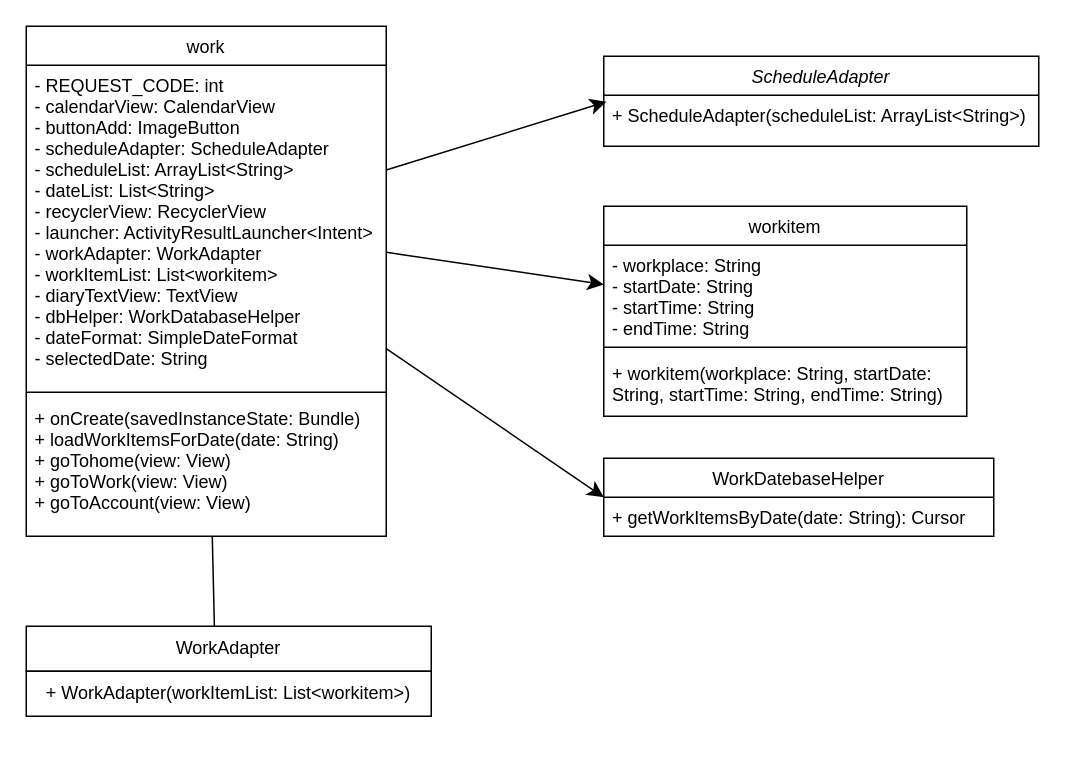
This is Calendar_work.drawio from Learnercotae/Baekjoon_coding_practice, a draw.io file, before an edit. Source tidied: cells renumbered, new cells numbered last; positions are measured from the earlier drawing's top-left corner, leaving out a move shared by most shapes. Both pictures are drawn from the tidied source at 150%, with x=0, y=0 at pixel (26, 26).
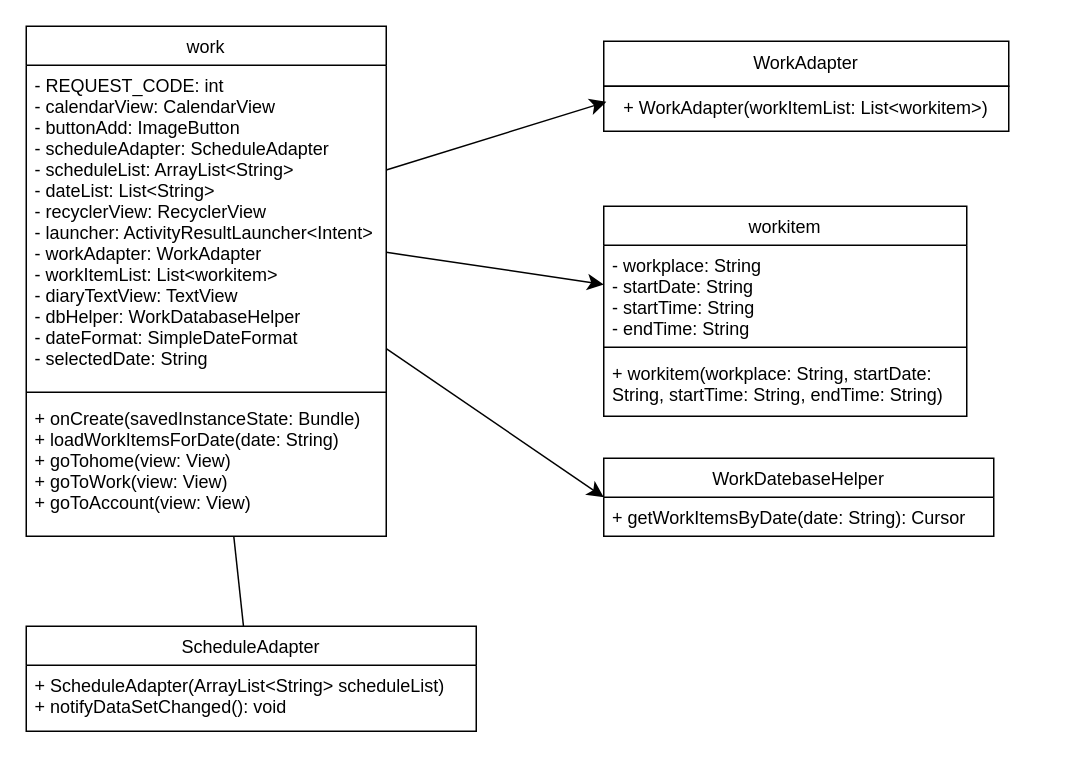
Above is the later version.

Unchanged cells that the change refers to:
```xml
<mxCell id="5" value="work" style="swimlane;fontStyle=0;align=center;verticalAlign=top;horizontal=1;startSize=26;rounded=0;shadow=0;strokeWidth=1;" parent="1" vertex="1">
  <mxGeometry width="240" height="340" as="geometry" />
</mxCell>
<mxCell id="6" value="- REQUEST_CODE: int&#10;- calendarView: CalendarView&#10;- buttonAdd: ImageButton&#10;- scheduleAdapter: ScheduleAdapter&#10;- scheduleList: ArrayList&lt;String&gt;&#10;- dateList: List&lt;String&gt;&#10;- recyclerView: RecyclerView&#10;- launcher: ActivityResultLauncher&lt;Intent&gt;&#10;- workAdapter: WorkAdapter&#10;- workItemList: List&lt;workitem&gt;&#10;- diaryTextView: TextView&#10;- dbHelper: WorkDatabaseHelper&#10;- dateFormat: SimpleDateFormat&#10;- selectedDate: String  " style="text;align=left;verticalAlign=top;spacingLeft=4;spacingRight=4;overflow=hidden;points=[[0,0.5],[1,0.5]];portConstraint=eastwest;" parent="5" vertex="1">
  <mxGeometry y="26" width="240" height="214" as="geometry" />
</mxCell>
```

Change to the diagram source:
```diff
@@
-    <mxCell id="2" value="ScheduleAdapter" style="swimlane;fontStyle=2;align=center;verticalAlign=top;horizontal=1;startSize=26;rounded=0;shadow=0;strokeWidth=1;" parent="1" vertex="1">
-      <mxGeometry x="385" y="20" width="290" height="60" as="geometry" />
-    </mxCell>
-    <mxCell id="3" value="+ ScheduleAdapter(scheduleList: ArrayList&lt;String&gt;)" style="text;align=left;verticalAlign=top;spacingLeft=4;spacingRight=4;overflow=hidden;points=[[0,0.5],[1,0.5]];portConstraint=eastwest;" parent="2" vertex="1">
-      <mxGeometry y="26" width="290" height="34" as="geometry" />
-    </mxCell>
-    <mxCell id="4" style="edgeStyle=none;curved=1;rounded=0;jettySize=auto;html=1;fontSize=12;startSize=8;endSize=8;entryX=0.467;entryY=-0.067;entryDx=0;entryDy=0;entryPerimeter=0;" parent="1" edge="1" source="5" target="16">
-      <mxGeometry relative="1" as="geometry" />
-    </mxCell>
+    <mxCell id="20" style="edgeStyle=none;curved=1;rounded=0;jettySize=auto;html=1;fontSize=12;startSize=8;endSize=8;" parent="1" edge="1" source="5" target="21">
+      <mxGeometry relative="1" as="geometry" />
+    </mxCell>
@@
     <mxCell id="15" value="WorkAdapter" style="rounded=0;whiteSpace=wrap;html=1;" parent="1" vertex="1">
-      <mxGeometry y="400" width="270" height="30" as="geometry" />
+      <mxGeometry x="385" y="10" width="270" height="30" as="geometry" />
     </mxCell>
     <mxCell id="16" value="+ WorkAdapter(workItemList: List&amp;lt;workitem&amp;gt;)" style="rounded=0;whiteSpace=wrap;html=1;" parent="1" vertex="1">
-      <mxGeometry y="430" width="270" height="30" as="geometry" />
+      <mxGeometry x="385" y="40" width="270" height="30" as="geometry" />
     </mxCell>
-    <mxCell id="17" style="edgeStyle=none;curved=1;rounded=0;jettySize=auto;html=1;entryX=0.006;entryY=0.129;entryDx=0;entryDy=0;entryPerimeter=0;fontSize=12;startSize=8;endSize=8;" parent="1" edge="1" source="6" target="3">
-      <mxGeometry relative="1" as="geometry" />
+    <mxCell id="17" style="edgeStyle=none;curved=1;rounded=0;jettySize=auto;html=1;entryX=0.006;entryY=0.129;entryDx=0;entryDy=0;entryPerimeter=0;fontSize=12;startSize=8;endSize=8;" parent="1" edge="1" source="6">
+      <mxGeometry relative="1" as="geometry">
+        <mxPoint x="386.7" y="50.4" as="targetPoint" />
+      </mxGeometry>
     </mxCell>
@@
+    <mxCell id="2" value="ScheduleAdapter" style="swimlane;fontStyle=0;align=center;verticalAlign=top;horizontal=1;startSize=26;rounded=0;shadow=0;strokeWidth=1;" parent="1" vertex="1">
+      <mxGeometry y="400" width="300" height="70" as="geometry" />
+    </mxCell>
+    <mxCell id="21" value="+ ScheduleAdapter(ArrayList&lt;String&gt; scheduleList)&#10;+ notifyDataSetChanged(): void" style="text;align=left;verticalAlign=top;spacingLeft=4;spacingRight=4;overflow=hidden;points=[[0,0.5],[1,0.5]];portConstraint=eastwest;" parent="2" vertex="1">
+      <mxGeometry y="26" width="300" height="44" as="geometry" />
+    </mxCell>
```
